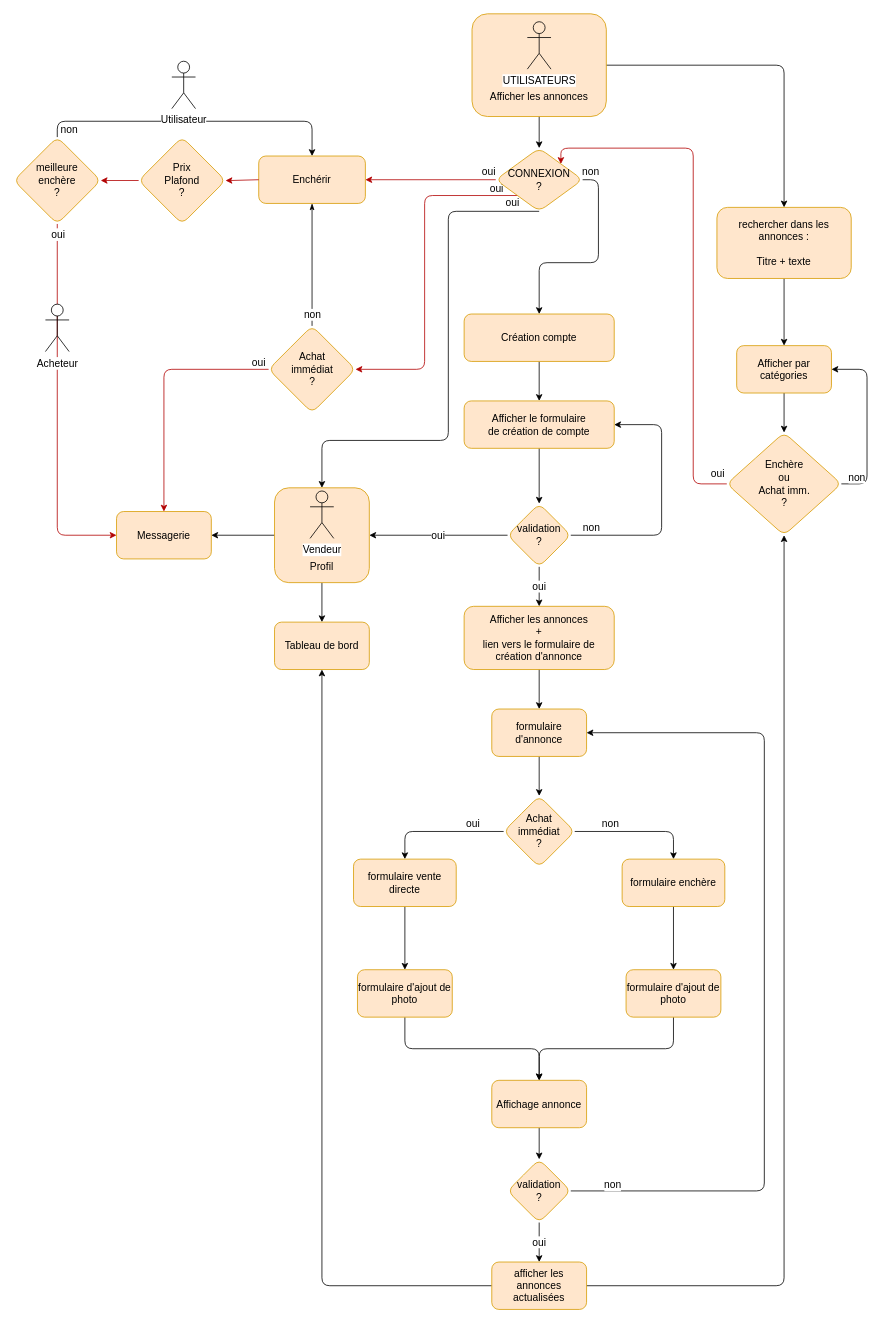
The draw.io diagram page "Diagramme d'Activité" (3 of 3) of Untitled Diagram.drawio in Spirulineman/Le_meilleur_coin.com, before the edit. Source tidied: cells renumbered, new cells numbered last; positions are measured from the earlier drawing's top-left corner, leaving out a move shared by most shapes. Both pictures are drawn from the tidied source at 79%, with x=0, y=0 at pixel (13, 13).
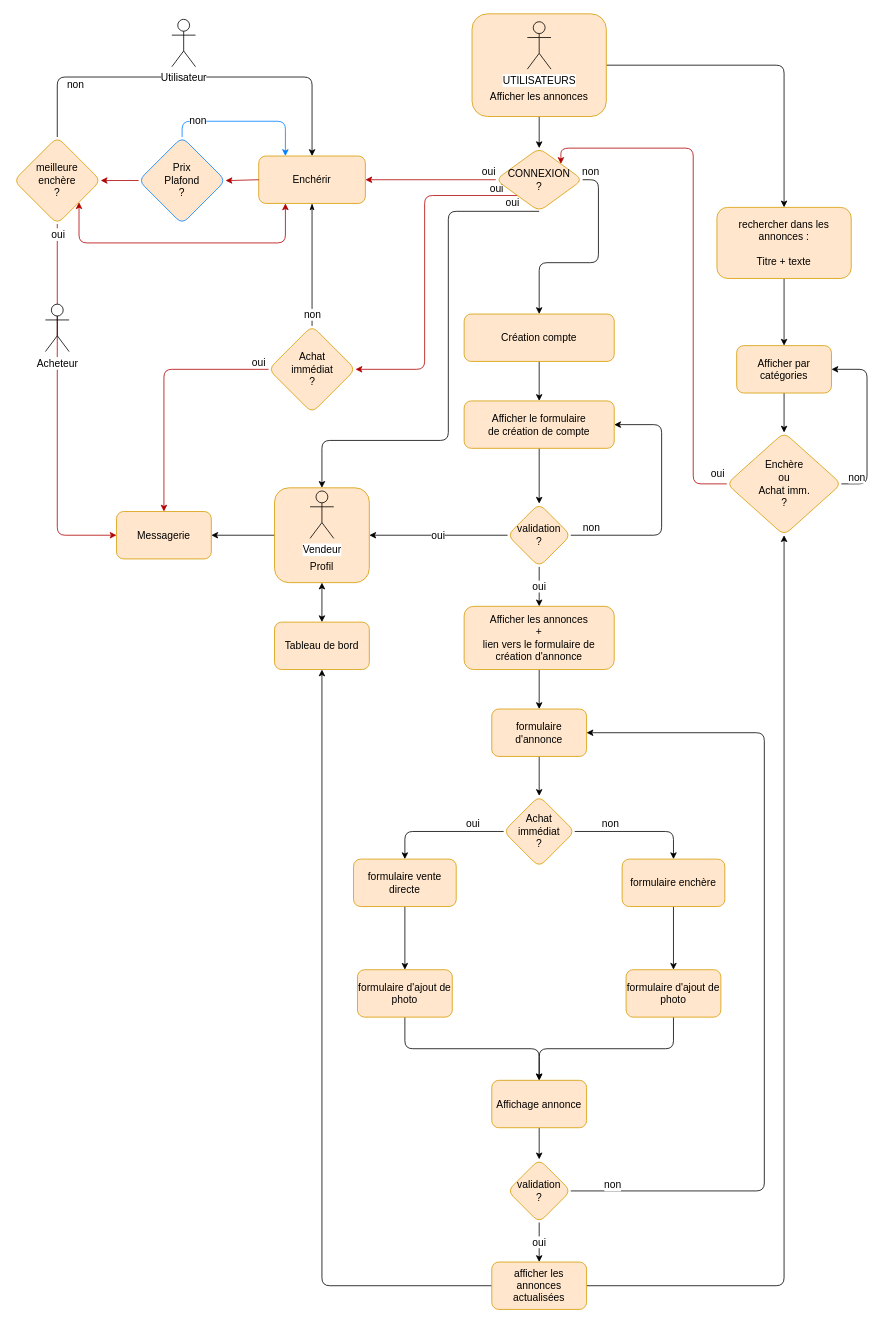
After the change.

Unchanged cells that the change refers to:
```xml
<mxCell id="44" value="&lt;div&gt;&lt;br&gt;&lt;/div&gt;&lt;div&gt;&lt;br&gt;&lt;/div&gt;&lt;div&gt;&lt;br&gt;&lt;/div&gt;&lt;div&gt;&lt;br&gt;&lt;/div&gt;&lt;div&gt;&lt;br&gt;&lt;/div&gt;&lt;div&gt;Profil&lt;br&gt;&lt;/div&gt;" style="whiteSpace=wrap;html=1;fontSize=13;strokeColor=#d79b00;fillColor=#ffe6cc;rounded=1;" parent="1" vertex="1">
  <mxGeometry x="330" y="600" width="120" height="120" as="geometry" />
</mxCell>
<mxCell id="45" value="Tableau de bord" style="whiteSpace=wrap;html=1;fontSize=13;strokeColor=#d79b00;fillColor=#ffe6cc;rounded=1;" parent="1" vertex="1">
  <mxGeometry x="330" y="770" width="120" height="60" as="geometry" />
</mxCell>
<mxCell id="56" value="Enchérir" style="whiteSpace=wrap;html=1;fontSize=13;strokeColor=#d79b00;fillColor=#ffe6cc;rounded=1;" parent="1" vertex="1">
  <mxGeometry x="310" y="180" width="135" height="60" as="geometry" />
</mxCell>
<mxCell id="77" value="&lt;div&gt;meilleure &lt;br&gt;&lt;/div&gt;&lt;div&gt;enchère&lt;/div&gt;&lt;div&gt;?&lt;br&gt;&lt;/div&gt;" style="rhombus;whiteSpace=wrap;html=1;fontSize=13;strokeColor=#d79b00;fillColor=#ffe6cc;rounded=1;" parent="1" vertex="1">
  <mxGeometry y="156" width="110" height="110" as="geometry" />
</mxCell>
```

Diff of the diagram source:
```diff
@@
-    <mxCell id="42" style="edgeStyle=orthogonalEdgeStyle;jumpStyle=arc;jumpSize=13;jettySize=auto;html=1;shadow=0;startArrow=none;startFill=0;endArrow=classic;endFill=1;fontSize=13;" parent="1" edge="1" source="44" target="45">
+    <mxCell id="42" style="edgeStyle=orthogonalEdgeStyle;jumpStyle=arc;jumpSize=13;jettySize=auto;html=1;shadow=0;startArrow=classic;startFill=1;endArrow=classic;endFill=1;fontSize=13;" parent="1" edge="1" source="44" target="45">
       <mxGeometry relative="1" as="geometry" />
     </mxCell>
@@
+    <mxCell id="80" style="edgeStyle=orthogonalEdgeStyle;rounded=1;jettySize=auto;html=1;exitX=0.25;exitY=1;exitDx=0;exitDy=0;entryX=1;entryY=1;entryDx=0;entryDy=0;startArrow=classic;startFill=1;fontColor=#FF0000;fillColor=#e51400;strokeColor=#B20000;" parent="1" edge="1" source="56" target="77">
+      <mxGeometry relative="1" as="geometry">
+        <Array as="points">
+          <mxPoint x="344" y="290" />
+          <mxPoint x="83" y="290" />
+        </Array>
+      </mxGeometry>
+    </mxCell>
@@
     <mxCell id="71" style="edgeStyle=orthogonalEdgeStyle;jumpStyle=arc;jumpSize=13;jettySize=auto;html=1;exitX=0.5;exitY=0;exitDx=0;exitDy=0;entryX=0.5;entryY=0;entryDx=0;entryDy=0;shadow=0;startArrow=none;startFill=0;endArrow=classic;endFill=1;fontSize=13;" parent="1" edge="1" source="77" target="56">
-      <mxGeometry relative="1" as="geometry" />
+      <mxGeometry relative="1" as="geometry">
+        <Array as="points">
+          <mxPoint x="55" y="80" />
+          <mxPoint x="378" y="80" />
+        </Array>
+      </mxGeometry>
     </mxCell>
@@
     <mxCell id="74" value="Utilisateur" style="shape=umlActor;verticalLabelPosition=bottom;verticalAlign=top;html=1;labelBackgroundColor=#ffffff;fillColor=none;gradientColor=none;fontSize=13;rounded=1;" parent="1" vertex="1">
-      <mxGeometry x="200" y="60" width="30" height="60" as="geometry" />
+      <mxGeometry x="200" y="7" width="30" height="60" as="geometry" />
     </mxCell>
@@
+    <mxCell id="81" style="edgeStyle=orthogonalEdgeStyle;rounded=1;jettySize=auto;html=1;exitX=0.5;exitY=0;exitDx=0;exitDy=0;entryX=0.25;entryY=0;entryDx=0;entryDy=0;startArrow=none;startFill=0;fontColor=#FF0000;strokeColor=#007FFF;" parent="1" edge="1" source="78" target="56">
+      <mxGeometry relative="1" as="geometry" />
+    </mxCell>
-    <mxCell id="78" value="&lt;div&gt;Prix&lt;/div&gt;&lt;div&gt;Plafond&lt;br&gt;&lt;/div&gt;&lt;div&gt;?&lt;br&gt;&lt;/div&gt;" style="rhombus;whiteSpace=wrap;html=1;fontSize=13;strokeColor=#d79b00;fillColor=#ffe6cc;rounded=1;" parent="1" vertex="1">
+    <mxCell id="78" value="&lt;div&gt;Prix&lt;/div&gt;&lt;div&gt;Plafond&lt;br&gt;&lt;/div&gt;&lt;div&gt;?&lt;br&gt;&lt;/div&gt;" style="rhombus;whiteSpace=wrap;html=1;fontSize=13;fillColor=#ffe6cc;rounded=1;strokeColor=#007FFF;" parent="1" vertex="1">
       <mxGeometry x="158" y="156" width="110" height="110" as="geometry" />
     </mxCell>
@@
+    <mxCell id="82" value="non" style="edgeLabel;html=1;align=center;verticalAlign=bottom;fontSize=13;rounded=1;" parent="1" vertex="1">
+      <mxGeometry x="76.9" y="98" as="geometry">
+        <mxPoint x="156" y="47" as="offset" />
+      </mxGeometry>
+    </mxCell>
```
